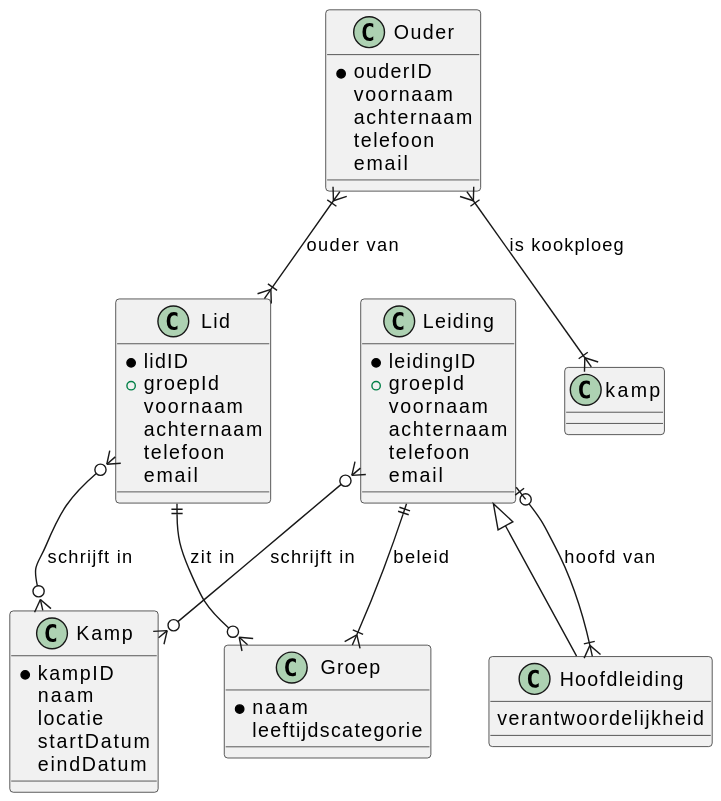
This is images/response.svg from matteovdr/frontendweb-2526-mateo-kobe, a PlantUML export, as it was before one commit.
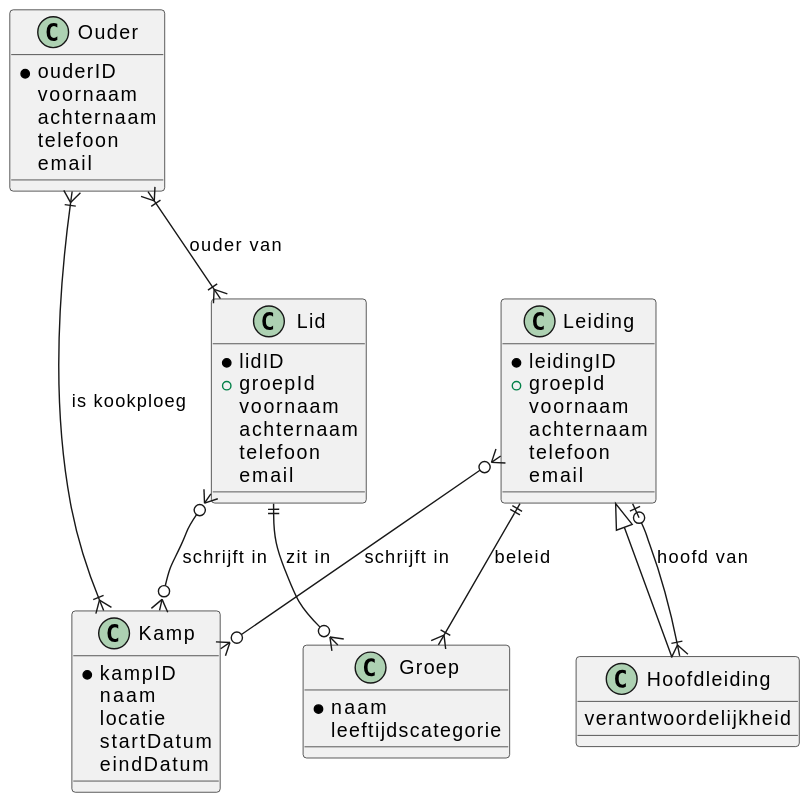
Later version of the same file.

Commit message:
typfout bij erd opgelost

Change to the diagram source:
```diff
@@ -44,7 +44,7 @@
 
 
 Ouder }|--|{ Lid : ouder van
-Ouder }|--|{ kamp : is kookploeg
+Ouder }|--|{ Kamp : is kookploeg
 Lid }o--o{ Kamp : schrijft in
 Lid ||--o{ Groep : zit in
 Leiding }o--o{ Kamp : schrijft in
```
